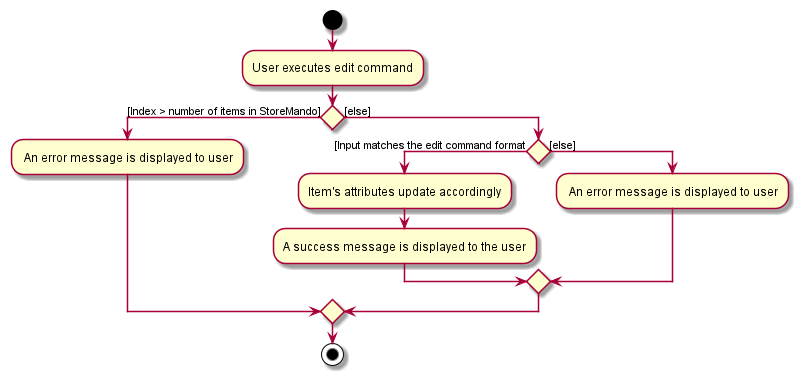
nus-cs2103-AY2021S2/tp keeps this PlantUML diagram as docs/images/EditActivityDiagram.png. Above is the earlier version.
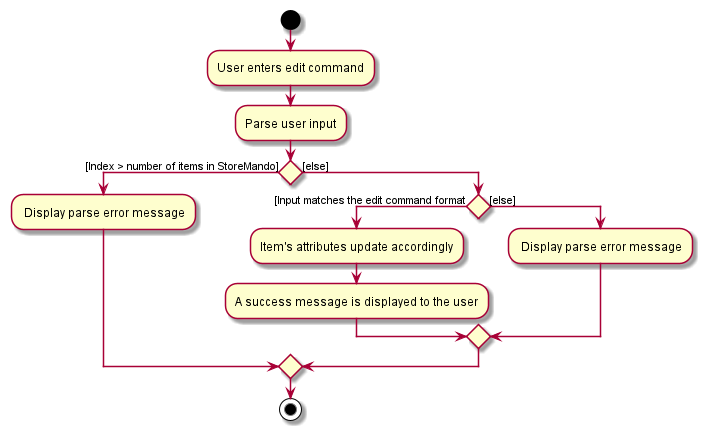
Above is the later version.

Commit message:
Update help and edit activity diagram.

Diff of the diagram source:
```diff
@@ -1,15 +1,16 @@
 @startuml
 
 start
-:User executes edit command;
+:User enters edit command;
+:Parse user input;
 if () then ([Index > number of items in StoreMando])
-    : An error message is displayed to user;
+    : Display parse error message;
 else ([else])
     if () then ([Input matches the edit command format)
         :Item's attributes update accordingly;
         :A success message is displayed to the user;
     else ([else])
-        : An error message is displayed to user;
+        : Display parse error message;
     endif
 endif
 stop
```
